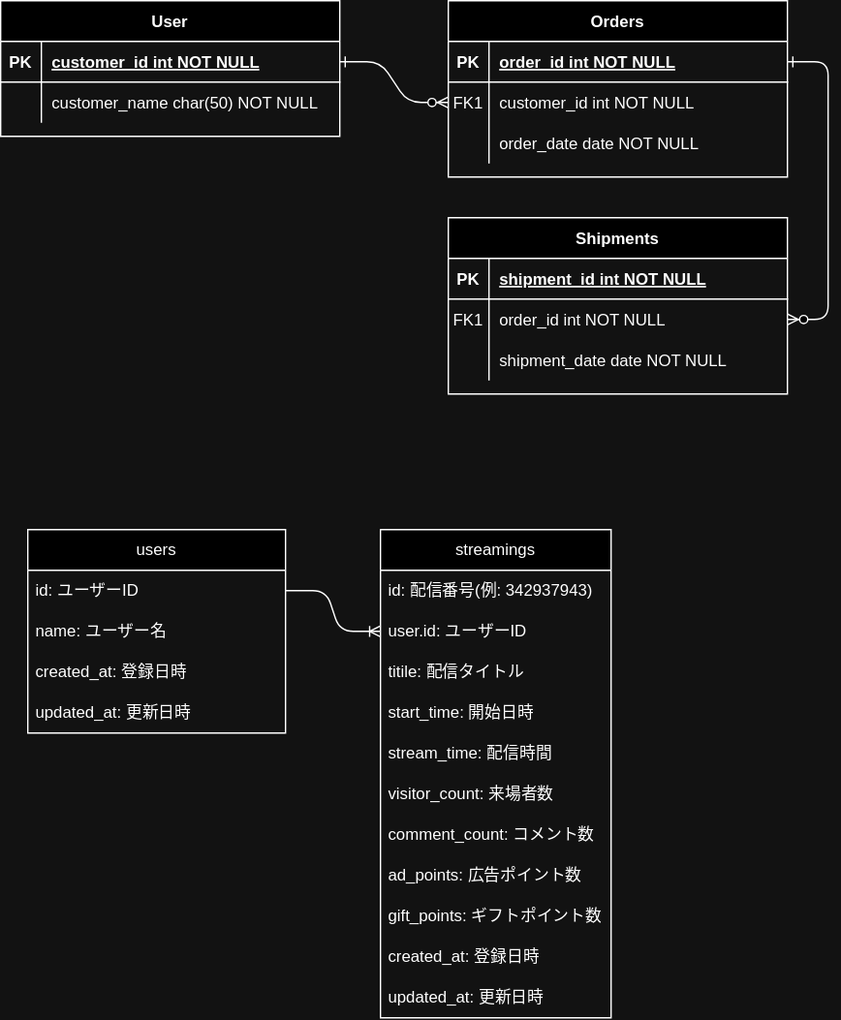
Above: nicodb_ER.drawio.svg in MASA20201203/nicodb-scraping (draw.io), before the change. Source tidied: cells renumbered, new cells last; positions are measured from the earlier drawing's top-left corner, leaving out a move shared by most shapes.
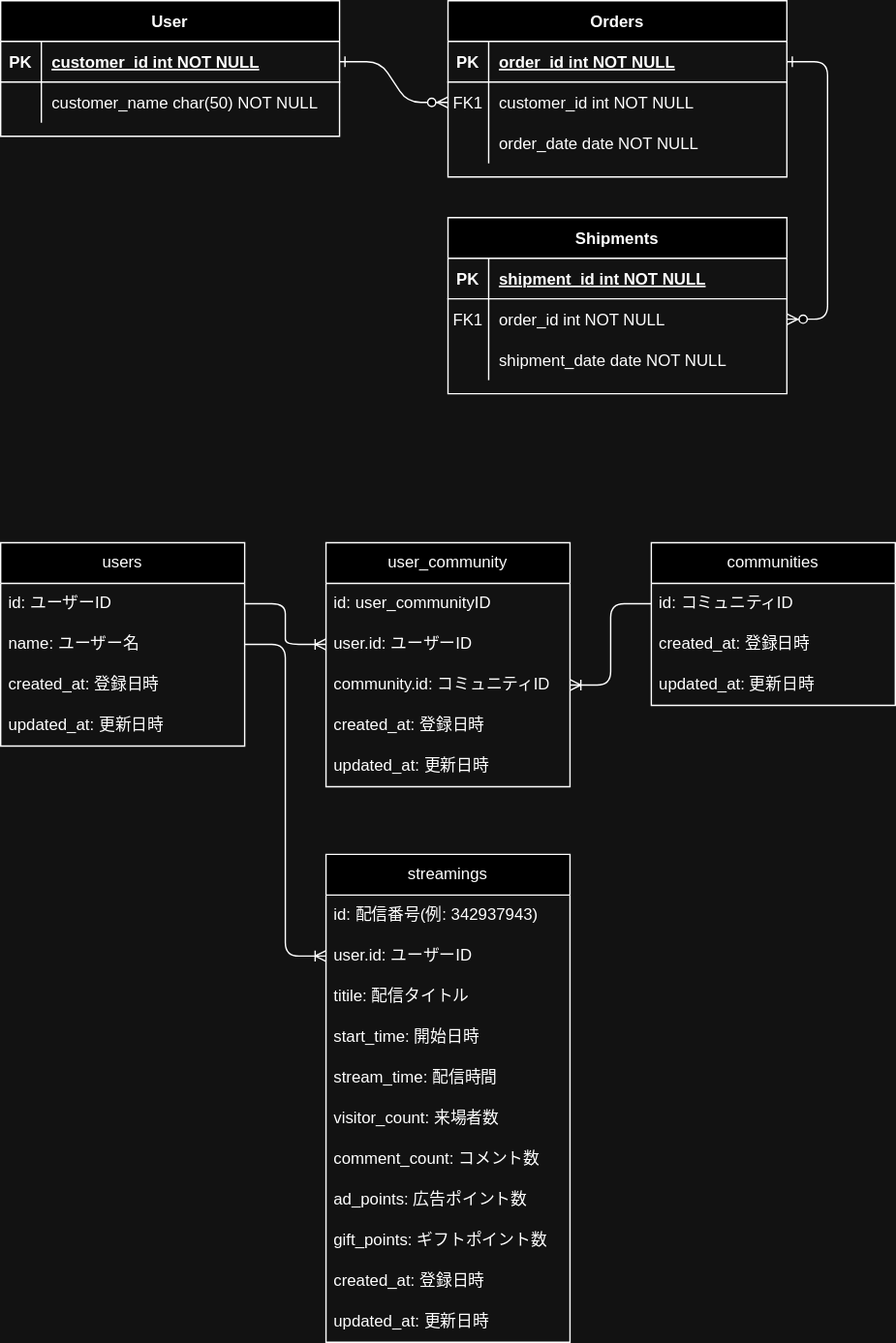
Above is the later version.

Commit message:
ER図のsvgを更新

The edit, as a diff of the source:
```diff
@@ -90,58 +90,94 @@
       <mxGeometry x="30" width="220" height="30" as="geometry" />
     </mxCell>
     <mxCell id="31" value="users" style="swimlane;fontStyle=0;horizontal=1;startSize=30;whiteSpace=wrap;html=1;" parent="1" vertex="1">
-      <mxGeometry x="20" y="390" width="190" height="150" as="geometry" />
+      <mxGeometry y="400" width="180" height="150" as="geometry" />
     </mxCell>
     <mxCell id="32" value="id: ユーザーID" style="text;strokeColor=none;fillColor=none;align=left;verticalAlign=middle;spacingLeft=4;spacingRight=4;overflow=hidden;points=[[0,0.5],[1,0.5]];portConstraint=eastwest;whiteSpace=wrap;html=1;" parent="31" vertex="1">
-      <mxGeometry y="30" width="190" height="30" as="geometry" />
+      <mxGeometry y="30" width="180" height="30" as="geometry" />
     </mxCell>
     <mxCell id="33" value="name: ユーザー名" style="text;strokeColor=none;fillColor=none;align=left;verticalAlign=middle;spacingLeft=4;spacingRight=4;overflow=hidden;points=[[0,0.5],[1,0.5]];portConstraint=eastwest;whiteSpace=wrap;html=1;" parent="31" vertex="1">
-      <mxGeometry y="60" width="190" height="30" as="geometry" />
+      <mxGeometry y="60" width="180" height="30" as="geometry" />
     </mxCell>
     <mxCell id="34" value="created_at: 登録日時" style="text;strokeColor=none;fillColor=none;align=left;verticalAlign=middle;spacingLeft=4;spacingRight=4;overflow=hidden;whiteSpace=wrap;html=1;" parent="31" vertex="1">
-      <mxGeometry y="90" width="190" height="30" as="geometry" />
+      <mxGeometry y="90" width="180" height="30" as="geometry" />
     </mxCell>
     <mxCell id="35" value="updated_at: 更新日時" style="text;strokeColor=none;fillColor=none;align=left;verticalAlign=middle;spacingLeft=4;spacingRight=4;overflow=hidden;whiteSpace=wrap;html=1;" parent="31" vertex="1">
-      <mxGeometry y="120" width="190" height="30" as="geometry" />
+      <mxGeometry y="120" width="180" height="30" as="geometry" />
     </mxCell>
     <mxCell id="36" value="streamings" style="swimlane;fontStyle=0;horizontal=1;startSize=30;whiteSpace=wrap;html=1;" parent="1" vertex="1">
-      <mxGeometry x="280" y="390" width="170" height="360" as="geometry" />
+      <mxGeometry x="240" y="630" width="180" height="360" as="geometry" />
     </mxCell>
     <mxCell id="37" value="id: 配信番号(例: 342937943)" style="text;strokeColor=none;fillColor=none;align=left;verticalAlign=middle;spacingLeft=4;spacingRight=4;overflow=hidden;whiteSpace=wrap;html=1;" parent="36" vertex="1">
-      <mxGeometry y="30" width="170" height="30" as="geometry" />
+      <mxGeometry y="30" width="180" height="30" as="geometry" />
     </mxCell>
     <mxCell id="38" value="user.id: ユーザーID" style="text;strokeColor=none;fillColor=none;align=left;verticalAlign=middle;spacingLeft=4;spacingRight=4;overflow=hidden;points=[[0,0.5],[1,0.5]];portConstraint=eastwest;whiteSpace=wrap;html=1;" parent="36" vertex="1">
-      <mxGeometry y="60" width="170" height="30" as="geometry" />
+      <mxGeometry y="60" width="180" height="30" as="geometry" />
     </mxCell>
     <mxCell id="39" value="titile: 配信タイトル" style="text;strokeColor=none;fillColor=none;align=left;verticalAlign=middle;spacingLeft=4;spacingRight=4;overflow=hidden;whiteSpace=wrap;html=1;" parent="36" vertex="1">
-      <mxGeometry y="90" width="170" height="30" as="geometry" />
+      <mxGeometry y="90" width="180" height="30" as="geometry" />
     </mxCell>
     <mxCell id="40" value="start_time: 開始日時" style="text;strokeColor=none;fillColor=none;align=left;verticalAlign=middle;spacingLeft=4;spacingRight=4;overflow=hidden;whiteSpace=wrap;html=1;" parent="36" vertex="1">
-      <mxGeometry y="120" width="170" height="30" as="geometry" />
+      <mxGeometry y="120" width="180" height="30" as="geometry" />
     </mxCell>
     <mxCell id="41" value="stream_time: 配信時間" style="text;strokeColor=none;fillColor=none;align=left;verticalAlign=middle;spacingLeft=4;spacingRight=4;overflow=hidden;whiteSpace=wrap;html=1;" parent="36" vertex="1">
-      <mxGeometry y="150" width="170" height="30" as="geometry" />
+      <mxGeometry y="150" width="180" height="30" as="geometry" />
     </mxCell>
     <mxCell id="42" value="visitor_count: 来場者数" style="text;strokeColor=none;fillColor=none;align=left;verticalAlign=middle;spacingLeft=4;spacingRight=4;overflow=hidden;whiteSpace=wrap;html=1;" parent="36" vertex="1">
-      <mxGeometry y="180" width="170" height="30" as="geometry" />
+      <mxGeometry y="180" width="180" height="30" as="geometry" />
     </mxCell>
     <mxCell id="43" value="comment_count: コメント数" style="text;strokeColor=none;fillColor=none;align=left;verticalAlign=middle;spacingLeft=4;spacingRight=4;overflow=hidden;whiteSpace=wrap;html=1;" parent="36" vertex="1">
-      <mxGeometry y="210" width="170" height="30" as="geometry" />
+      <mxGeometry y="210" width="180" height="30" as="geometry" />
     </mxCell>
     <mxCell id="44" value="ad_points: 広告ポイント数" style="text;strokeColor=none;fillColor=none;align=left;verticalAlign=middle;spacingLeft=4;spacingRight=4;overflow=hidden;whiteSpace=wrap;html=1;" parent="36" vertex="1">
-      <mxGeometry y="240" width="170" height="30" as="geometry" />
+      <mxGeometry y="240" width="180" height="30" as="geometry" />
     </mxCell>
     <mxCell id="45" value="gift_points: ギフトポイント数" style="text;strokeColor=none;fillColor=none;align=left;verticalAlign=middle;spacingLeft=4;spacingRight=4;overflow=hidden;whiteSpace=wrap;html=1;" parent="36" vertex="1">
-      <mxGeometry y="270" width="170" height="30" as="geometry" />
+      <mxGeometry y="270" width="180" height="30" as="geometry" />
     </mxCell>
     <mxCell id="46" value="created_at: 登録日時" style="text;strokeColor=none;fillColor=none;align=left;verticalAlign=middle;spacingLeft=4;spacingRight=4;overflow=hidden;whiteSpace=wrap;html=1;" parent="36" vertex="1">
-      <mxGeometry y="300" width="170" height="30" as="geometry" />
+      <mxGeometry y="300" width="180" height="30" as="geometry" />
     </mxCell>
     <mxCell id="47" value="updated_at: 更新日時" style="text;strokeColor=none;fillColor=none;align=left;verticalAlign=middle;spacingLeft=4;spacingRight=4;overflow=hidden;whiteSpace=wrap;html=1;" parent="36" vertex="1">
-      <mxGeometry y="330" width="170" height="30" as="geometry" />
+      <mxGeometry y="330" width="180" height="30" as="geometry" />
     </mxCell>
-    <mxCell id="48" style="edgeStyle=entityRelationEdgeStyle;fontSize=12;html=1;endArrow=ERoneToMany;entryX=0;entryY=0.5;entryDx=0;entryDy=0;exitX=1;exitY=0.5;exitDx=0;exitDy=0;" parent="1" edge="1" source="32" target="38">
+    <mxCell id="48" style="edgeStyle=entityRelationEdgeStyle;fontSize=12;html=1;endArrow=ERoneToMany;entryX=0;entryY=0.5;entryDx=0;entryDy=0;exitX=1;exitY=0.5;exitDx=0;exitDy=0;" parent="1" edge="1" source="33" target="38">
       <mxGeometry relative="1" as="geometry" />
     </mxCell>
+    <mxCell id="49" value="communities" style="swimlane;fontStyle=0;horizontal=1;startSize=30;whiteSpace=wrap;html=1;" parent="1" vertex="1">
+      <mxGeometry x="480" y="400" width="180" height="120" as="geometry" />
+    </mxCell>
+    <mxCell id="50" value="id: コミュニティID" style="text;strokeColor=none;fillColor=none;align=left;verticalAlign=middle;spacingLeft=4;spacingRight=4;overflow=hidden;points=[[0,0.5],[1,0.5]];portConstraint=eastwest;whiteSpace=wrap;html=1;" parent="49" vertex="1">
+      <mxGeometry y="30" width="180" height="30" as="geometry" />
+    </mxCell>
+    <mxCell id="51" value="created_at: 登録日時" style="text;strokeColor=none;fillColor=none;align=left;verticalAlign=middle;spacingLeft=4;spacingRight=4;overflow=hidden;whiteSpace=wrap;html=1;" parent="49" vertex="1">
+      <mxGeometry y="60" width="180" height="30" as="geometry" />
+    </mxCell>
+    <mxCell id="52" value="updated_at: 更新日時" style="text;strokeColor=none;fillColor=none;align=left;verticalAlign=middle;spacingLeft=4;spacingRight=4;overflow=hidden;whiteSpace=wrap;html=1;" parent="49" vertex="1">
+      <mxGeometry y="90" width="180" height="30" as="geometry" />
+    </mxCell>
+    <mxCell id="53" value="user_community" style="swimlane;fontStyle=0;horizontal=1;startSize=30;whiteSpace=wrap;html=1;" parent="1" vertex="1">
+      <mxGeometry x="240" y="400" width="180" height="180" as="geometry" />
+    </mxCell>
+    <mxCell id="54" value="id: user_communityID" style="text;strokeColor=none;fillColor=none;align=left;verticalAlign=middle;spacingLeft=4;spacingRight=4;overflow=hidden;whiteSpace=wrap;html=1;" parent="53" vertex="1">
+      <mxGeometry y="30" width="180" height="30" as="geometry" />
+    </mxCell>
+    <mxCell id="55" value="user.id: ユーザーID" style="text;strokeColor=none;fillColor=none;align=left;verticalAlign=middle;spacingLeft=4;spacingRight=4;overflow=hidden;points=[[0,0.5],[1,0.5]];portConstraint=eastwest;whiteSpace=wrap;html=1;" parent="53" vertex="1">
+      <mxGeometry y="60" width="180" height="30" as="geometry" />
+    </mxCell>
+    <mxCell id="56" value="&lt;span style=&quot;text-align: center&quot;&gt;community.&lt;/span&gt;id: コミュニティID" style="text;strokeColor=none;fillColor=none;align=left;verticalAlign=middle;spacingLeft=4;spacingRight=4;overflow=hidden;points=[[0,0.5],[1,0.5]];portConstraint=eastwest;whiteSpace=wrap;html=1;" parent="53" vertex="1">
+      <mxGeometry y="90" width="180" height="30" as="geometry" />
+    </mxCell>
+    <mxCell id="57" value="created_at: 登録日時" style="text;strokeColor=none;fillColor=none;align=left;verticalAlign=middle;spacingLeft=4;spacingRight=4;overflow=hidden;whiteSpace=wrap;html=1;" parent="53" vertex="1">
+      <mxGeometry y="120" width="180" height="30" as="geometry" />
+    </mxCell>
+    <mxCell id="58" value="updated_at: 更新日時" style="text;strokeColor=none;fillColor=none;align=left;verticalAlign=middle;spacingLeft=4;spacingRight=4;overflow=hidden;whiteSpace=wrap;html=1;" parent="53" vertex="1">
+      <mxGeometry y="150" width="180" height="30" as="geometry" />
+    </mxCell>
+    <mxCell id="59" style="edgeStyle=entityRelationEdgeStyle;fontSize=12;html=1;endArrow=ERoneToMany;entryX=0;entryY=0.5;entryDx=0;entryDy=0;exitX=1;exitY=0.5;exitDx=0;exitDy=0;" parent="1" edge="1" source="32" target="55">
+      <mxGeometry relative="1" as="geometry" />
+    </mxCell>
+    <mxCell id="60" style="edgeStyle=entityRelationEdgeStyle;fontSize=12;html=1;endArrow=ERoneToMany;exitX=0;exitY=0.5;exitDx=0;exitDy=0;entryX=1;entryY=0.5;entryDx=0;entryDy=0;" parent="1" edge="1" source="50" target="56">
+      <mxGeometry relative="1" as="geometry" />
+    </mxCell>
   </root>
 </mxGraphModel>
```
